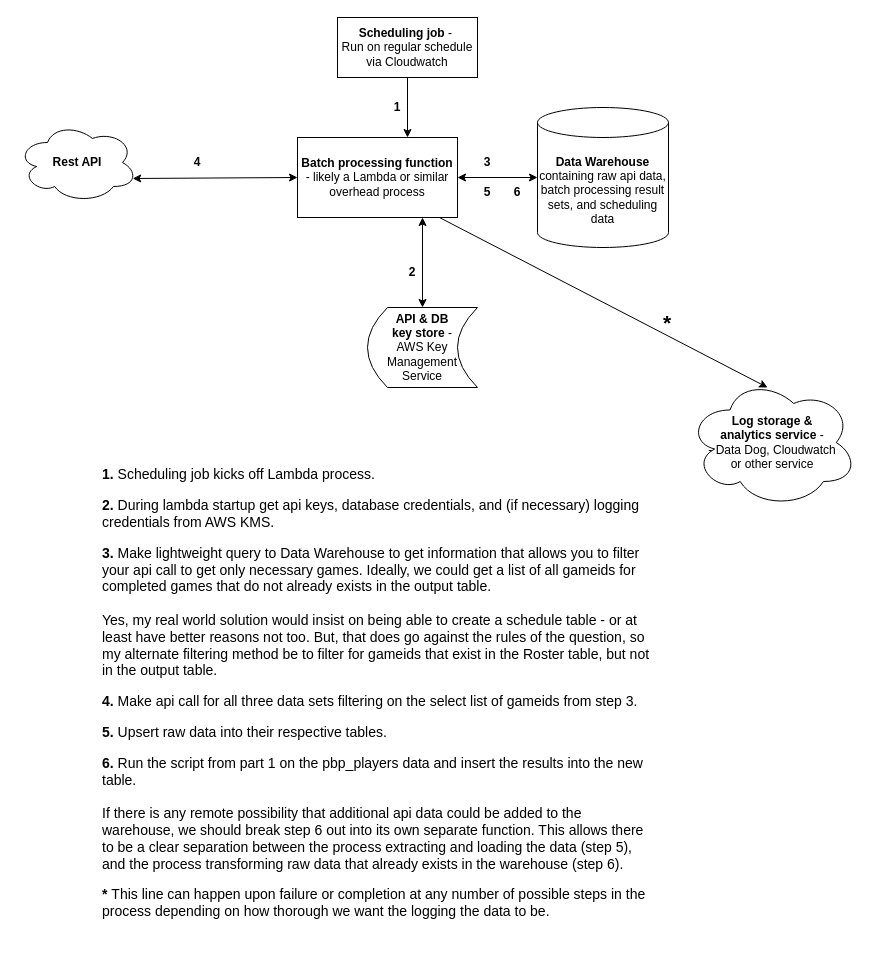
Before: page "Batch Processor" (1 of 2) of swish_diagram.drawio in dpcramer/swish, a draw.io diagram. Source tidied: cells renumbered, new cells numbered last; positions are measured from the earlier drawing's top-left corner, leaving out a move shared by most shapes. Both pictures are drawn from the tidied source at 100%, with x=0, y=0 at pixel (17, 17).
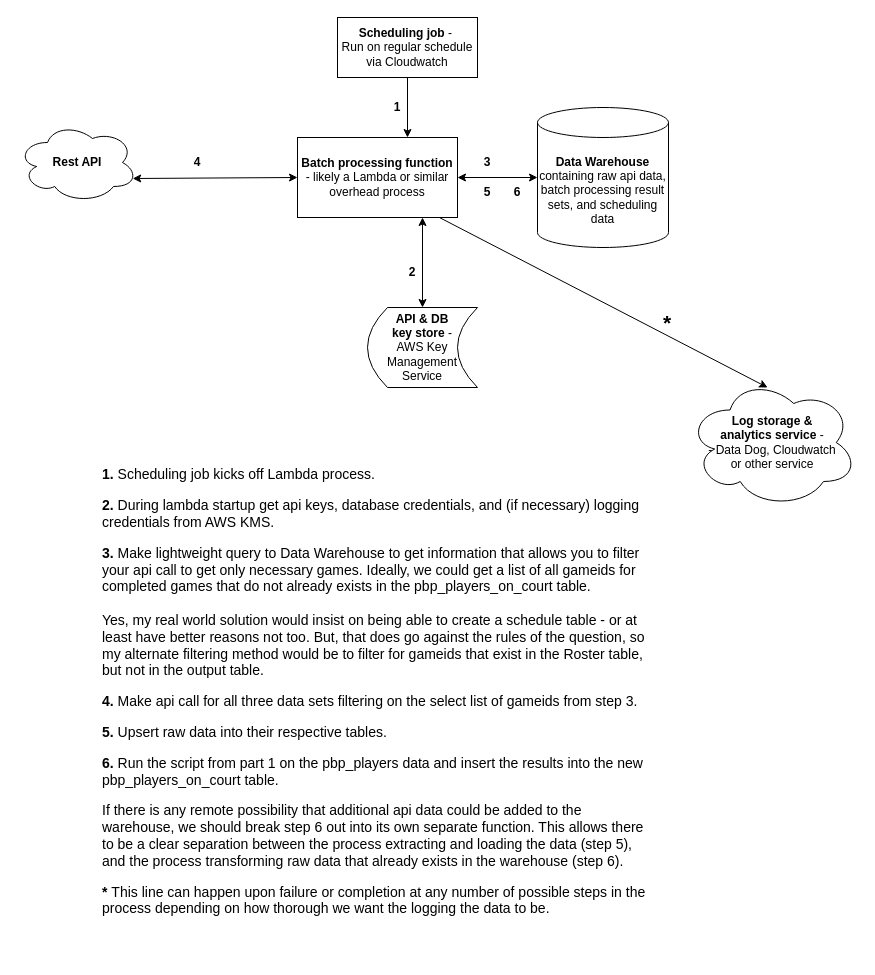
After the change.

What changed in the source:
```diff
@@
-    <mxCell id="18" value="&lt;h1 style=&quot;font-size: 14px;&quot;&gt;&lt;font style=&quot;font-size: 14px;&quot;&gt;&lt;b style=&quot;background-color: initial;&quot;&gt;1.&lt;/b&gt;&lt;span style=&quot;background-color: initial; font-weight: normal;&quot;&gt;&amp;nbsp;Scheduling job kicks off Lambda process.&lt;/span&gt;&lt;/font&gt;&lt;/h1&gt;&lt;p style=&quot;font-size: 14px;&quot;&gt;&lt;font style=&quot;font-size: 14px;&quot;&gt;&lt;b&gt;2. &lt;/b&gt;During lambda startup get api keys, database credentials, and (if necessary) logging credentials from AWS KMS.&lt;/font&gt;&lt;/p&gt;&lt;p style=&quot;font-size: 14px;&quot;&gt;&lt;font style=&quot;font-size: 14px;&quot;&gt;&lt;b&gt;3. &lt;/b&gt;Make lightweight query to Data Warehouse to get information that allows you to filter your api call to get only necessary games. Ideally, we could get a list of all gameids for completed games that do not already exists in the output table.&lt;br&gt;&amp;nbsp;&lt;br&gt;Yes, my real world solution would insist on being able to create a schedule table - or at least have better reasons not too. But, that does go against the rules of the question, so my alternate filtering method be to filter for gameids that exist in the Roster table, but not in the output table.&lt;/font&gt;&lt;/p&gt;&lt;p style=&quot;font-size: 14px;&quot;&gt;&lt;font style=&quot;font-size: 14px;&quot;&gt;&lt;b&gt;4. &lt;/b&gt;Make api call for all three data sets filtering on the select list of gameids from step 3.&lt;/font&gt;&lt;/p&gt;&lt;p style=&quot;font-size: 14px;&quot;&gt;&lt;font style=&quot;font-size: 14px;&quot;&gt;&lt;b&gt;5. &lt;/b&gt;Upsert raw data into their respective tables.&lt;/font&gt;&lt;/p&gt;&lt;p style=&quot;font-size: 14px;&quot;&gt;&lt;font style=&quot;font-size: 14px;&quot;&gt;&lt;b&gt;6. &lt;/b&gt;Run the script from part 1 on the pbp_players data and insert the results into the new table.&lt;br&gt;&lt;br&gt;If there is any remote possibility that additional api data could be added to the warehouse, we should break step 6 out into its own separate function. This allows there to be a clear separation between the process extracting and loading the data (step 5), and the process transforming raw data that already exists in the warehouse (step 6).&lt;/font&gt;&lt;/p&gt;&lt;p style=&quot;font-size: 14px;&quot;&gt;&lt;font style=&quot;font-size: 14px;&quot;&gt;&lt;b style=&quot;&quot;&gt;* &lt;/b&gt;This line can happen upon failure or completion at any number of possible steps in the process depending on how thorough we want the logging the data to be.&lt;/font&gt;&lt;/p&gt;" style="text;html=1;strokeColor=none;fillColor=none;spacing=5;spacingTop=-20;whiteSpace=wrap;overflow=hidden;rounded=0;" parent="1" vertex="1">
+    <mxCell id="18" value="&lt;h1 style=&quot;font-size: 14px;&quot;&gt;&lt;font style=&quot;font-size: 14px;&quot;&gt;&lt;b style=&quot;background-color: initial;&quot;&gt;1.&lt;/b&gt;&lt;span style=&quot;background-color: initial; font-weight: normal;&quot;&gt;&amp;nbsp;Scheduling job kicks off Lambda process.&lt;/span&gt;&lt;/font&gt;&lt;/h1&gt;&lt;p style=&quot;font-size: 14px;&quot;&gt;&lt;font style=&quot;font-size: 14px;&quot;&gt;&lt;b&gt;2. &lt;/b&gt;During lambda startup get api keys, database credentials, and (if necessary) logging credentials from AWS KMS.&lt;/font&gt;&lt;/p&gt;&lt;p style=&quot;font-size: 14px;&quot;&gt;&lt;font style=&quot;font-size: 14px;&quot;&gt;&lt;b&gt;3. &lt;/b&gt;Make lightweight query to Data Warehouse to get information that allows you to filter your api call to get only necessary games. Ideally, we could get a list of all gameids for completed games that do not already exists in the pbp_players_on_court table.&lt;br&gt;&amp;nbsp;&lt;br&gt;Yes, my real world solution would insist on being able to create a schedule table - or at least have better reasons not too. But, that does go against the rules of the question, so my alternate filtering method would be to filter for gameids that exist in the Roster table, but not in the output table.&lt;/font&gt;&lt;/p&gt;&lt;p style=&quot;font-size: 14px;&quot;&gt;&lt;font style=&quot;font-size: 14px;&quot;&gt;&lt;b&gt;4. &lt;/b&gt;Make api call for all three data sets filtering on the select list of gameids from step 3.&lt;/font&gt;&lt;/p&gt;&lt;p style=&quot;font-size: 14px;&quot;&gt;&lt;font style=&quot;font-size: 14px;&quot;&gt;&lt;b&gt;5. &lt;/b&gt;Upsert raw data into their respective tables.&lt;/font&gt;&lt;/p&gt;&lt;p style=&quot;font-size: 14px;&quot;&gt;&lt;font style=&quot;font-size: 14px;&quot;&gt;&lt;b&gt;6. &lt;/b&gt;Run the script from part 1 on the pbp_players data and insert the results into the new pbp_players_on_court table.&lt;/font&gt;&lt;/p&gt;&lt;p style=&quot;font-size: 14px;&quot;&gt;&lt;font style=&quot;font-size: 14px;&quot;&gt;If there is any remote possibility that additional api data could be added to the warehouse, we should break step 6 out into its own separate function. This allows there to be a clear separation between the process extracting and loading the data (step 5), and the process transforming raw data that already exists in the warehouse (step 6).&lt;/font&gt;&lt;/p&gt;&lt;p style=&quot;font-size: 14px;&quot;&gt;&lt;font style=&quot;font-size: 14px;&quot;&gt;&lt;b style=&quot;&quot;&gt;* &lt;/b&gt;This line can happen upon failure or completion at any number of possible steps in the process depending on how thorough we want the logging the data to be.&lt;/font&gt;&lt;/p&gt;" style="text;html=1;strokeColor=none;fillColor=none;spacing=5;spacingTop=-20;whiteSpace=wrap;overflow=hidden;rounded=0;" parent="1" vertex="1">
       <mxGeometry x="80" y="450" width="560" height="490" as="geometry" />
     </mxCell>
```
